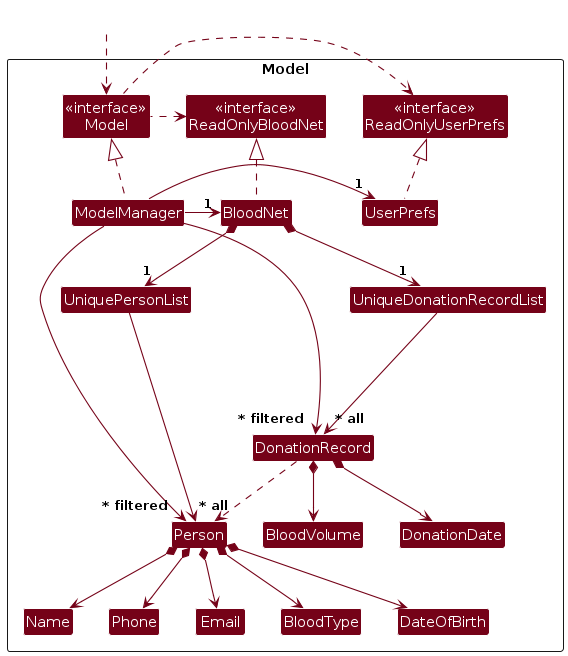
This is diagrams/ModelClassDiagram.png from AY2526S1-CS2103T-T16-4/tp, a PlantUML export, as it was before one commit. Its source is kept beside it as diagrams/ModelClassDiagram.puml.
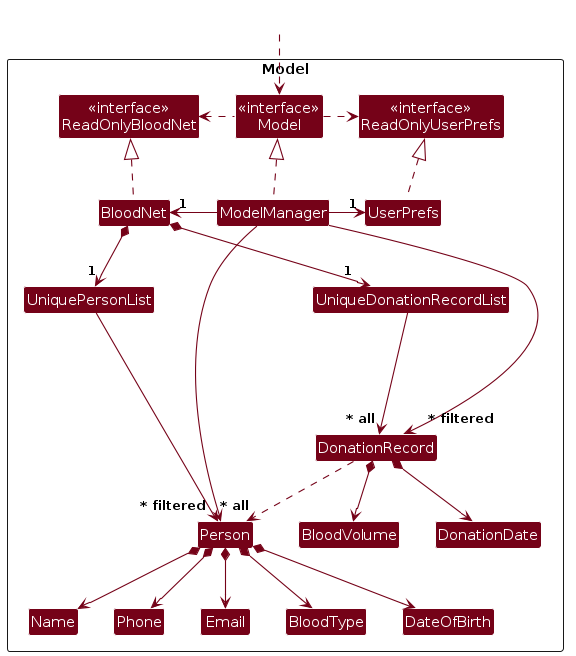
Above is the later version.

Change to the diagram source:
```diff
@@ -26,8 +26,9 @@
 Class BloodVolume
 
 Class I #FFFFFF
+Class Space #FFFFFF
 }
-
+ReadOnlyUserPrefs -[hidden]-> Space
 Class HiddenOutside #FFFFFF
 HiddenOutside ..> Model
 
```
